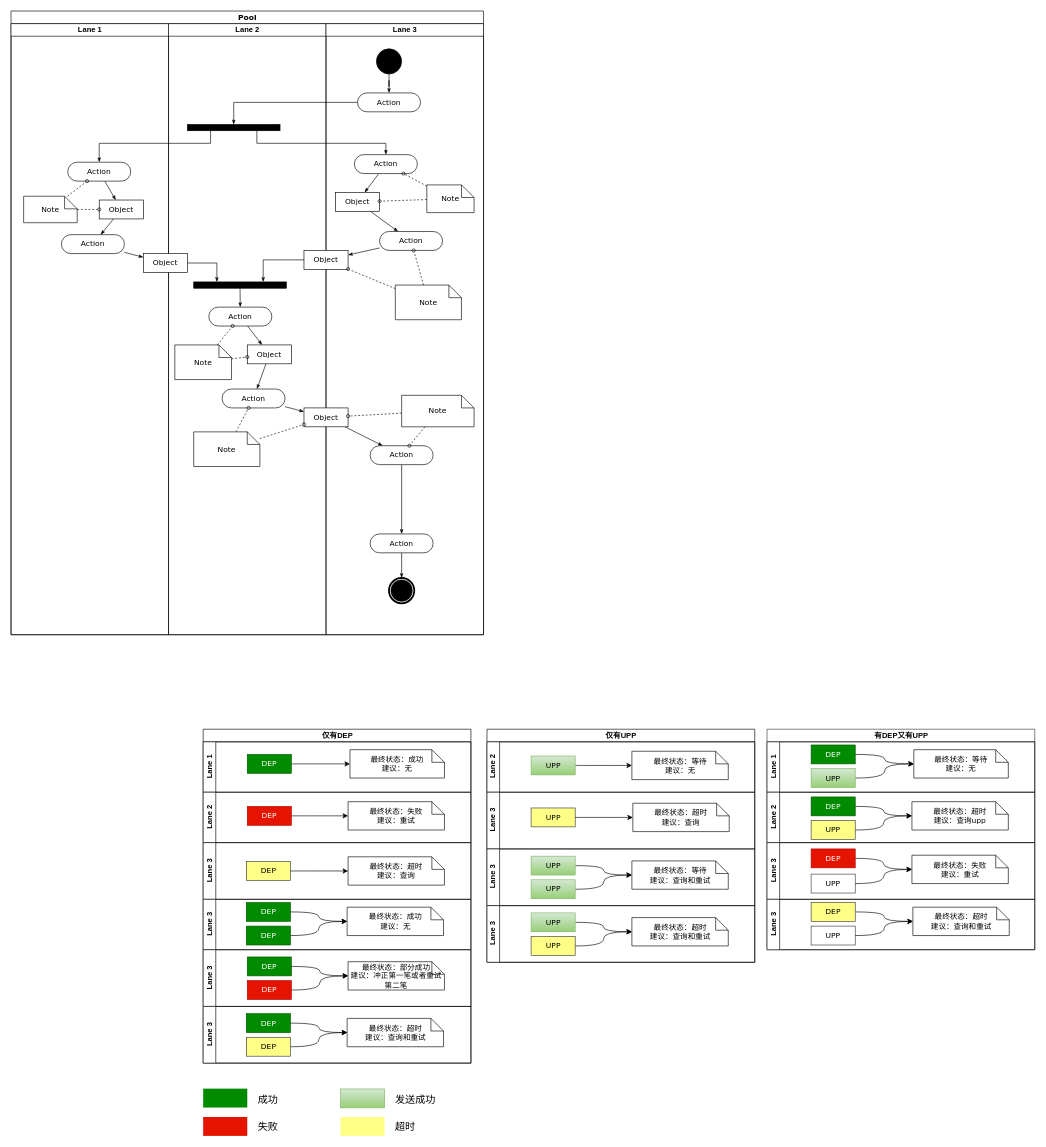
The draw.io diagram 清算引擎交互流程图.drawio in staconfree/design, before the edit. Source tidied: cells renumbered, new cells numbered last; positions are measured from the earlier drawing's top-left corner, leaving out a move shared by most shapes. Both pictures are drawn from the tidied source at 63%, with x=0, y=0 at pixel (11, 11).
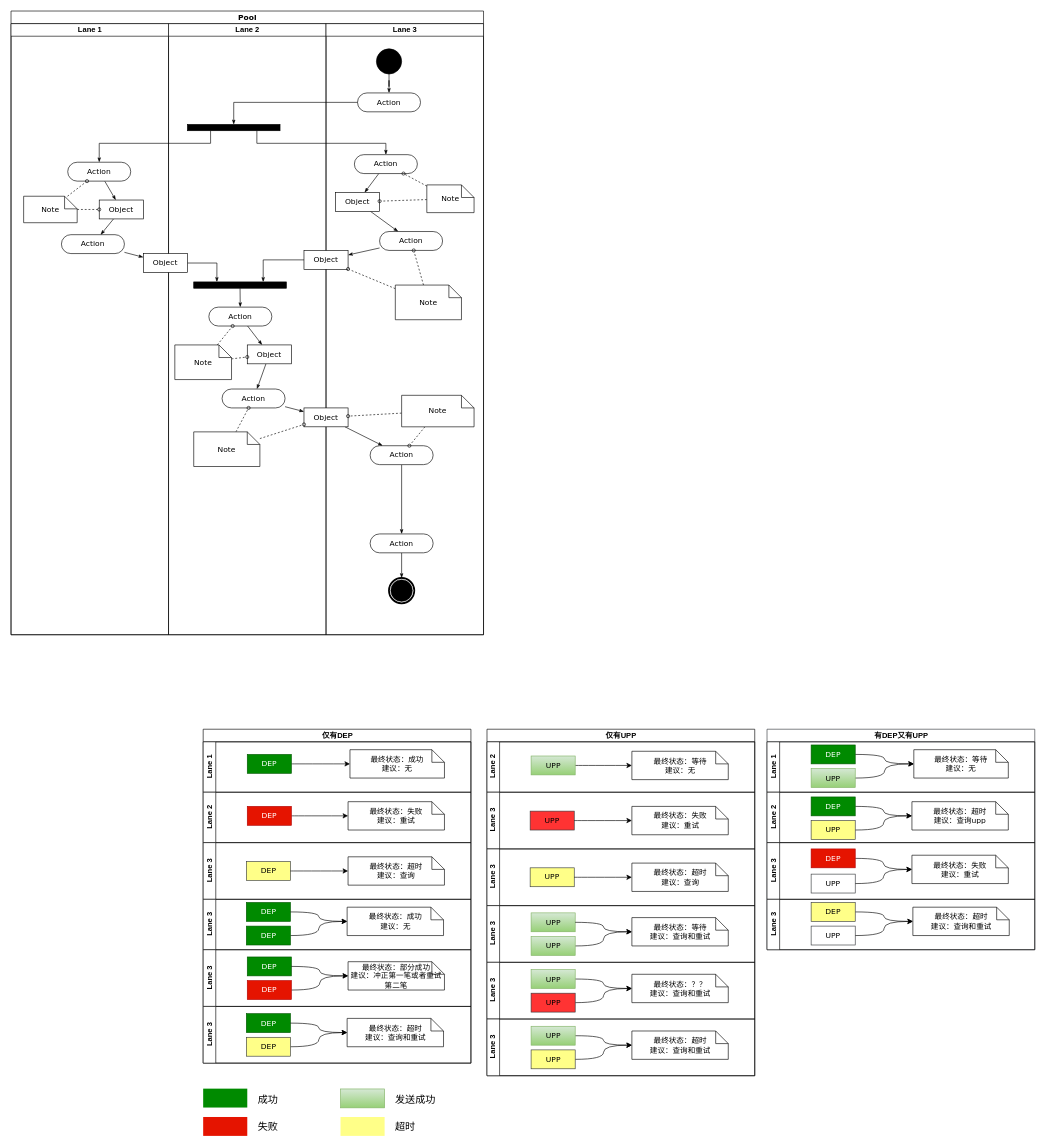
The same diagram, later.

Commit message:
更新清算引擎交互流程图.drawio

Unchanged cells that the change refers to:
```xml
<mxCell id="98" value="Lane 3" style="swimlane;html=1;startSize=20;horizontal=0;" parent="93" vertex="1">
  <mxGeometry y="100" width="425" height="90" as="geometry" />
</mxCell>
```

What changed in the source:
```diff
@@
     <mxCell id="93" value="仅有UPP" style="swimlane;html=1;horizontal=1;startSize=20;strokeColor=#000000;fillColor=none;fontColor=#000000;align=center;" parent="1" vertex="1">
-      <mxGeometry x="755.5" y="1140" width="425" height="370" as="geometry" />
+      <mxGeometry x="755.5" y="1140" width="425" height="550" as="geometry" />
     </mxCell>
@@
+    <mxCell id="147" value="UPP" style="rounded=0;whiteSpace=wrap;html=1;shadow=0;comic=0;labelBackgroundColor=none;strokeColor=#36393d;strokeWidth=1;fillColor=#FF3333;fontFamily=Verdana;fontSize=12;align=center;arcSize=50;" parent="98" vertex="1">
+      <mxGeometry x="68.5" y="30" width="70" height="30" as="geometry" />
+    </mxCell>
+    <mxCell id="148" value="最终状态：失败&lt;br&gt;建议：重试" style="shape=note;whiteSpace=wrap;html=1;rounded=0;shadow=0;comic=0;labelBackgroundColor=none;strokeColor=#000000;strokeWidth=1;fillColor=#ffffff;fontFamily=Verdana;fontSize=12;fontColor=#000000;align=center;size=20;" parent="98" vertex="1">
+      <mxGeometry x="230" y="22.5" width="153" height="45" as="geometry" />
+    </mxCell>
+    <mxCell id="149" style="edgeStyle=orthogonalEdgeStyle;curved=1;jettySize=auto;html=1;entryX=0;entryY=0.5;entryDx=0;entryDy=0;entryPerimeter=0;fontColor=#000000;" parent="98" edge="1" source="147" target="148">
+      <mxGeometry relative="1" as="geometry" />
+    </mxCell>
+    <mxCell id="102" value="Lane 3" style="swimlane;html=1;startSize=20;horizontal=0;" parent="93" vertex="1">
+      <mxGeometry y="190" width="425" height="90" as="geometry" />
+    </mxCell>
-    <mxCell id="99" value="UPP" style="rounded=0;whiteSpace=wrap;html=1;shadow=0;comic=0;labelBackgroundColor=none;strokeColor=#36393d;strokeWidth=1;fillColor=#ffff88;fontFamily=Verdana;fontSize=12;align=center;arcSize=50;" parent="98" vertex="1">
-      <mxGeometry x="70" y="25" width="70" height="30" as="geometry" />
+    <mxCell id="99" value="UPP" style="rounded=0;whiteSpace=wrap;html=1;shadow=0;comic=0;labelBackgroundColor=none;strokeColor=#36393d;strokeWidth=1;fillColor=#ffff88;fontFamily=Verdana;fontSize=12;align=center;arcSize=50;" parent="102" vertex="1">
+      <mxGeometry x="68.5" y="30" width="70" height="30" as="geometry" />
     </mxCell>
-    <mxCell id="100" value="最终状态：超时&lt;br&gt;建议：查询" style="shape=note;whiteSpace=wrap;html=1;rounded=0;shadow=0;comic=0;labelBackgroundColor=none;strokeColor=#000000;strokeWidth=1;fillColor=#ffffff;fontFamily=Verdana;fontSize=12;fontColor=#000000;align=center;size=20;" parent="98" vertex="1">
-      <mxGeometry x="231.5" y="17.5" width="153" height="45" as="geometry" />
+    <mxCell id="100" value="最终状态：超时&lt;br&gt;建议：查询" style="shape=note;whiteSpace=wrap;html=1;rounded=0;shadow=0;comic=0;labelBackgroundColor=none;strokeColor=#000000;strokeWidth=1;fillColor=#ffffff;fontFamily=Verdana;fontSize=12;fontColor=#000000;align=center;size=20;" parent="102" vertex="1">
+      <mxGeometry x="230" y="22.5" width="153" height="45" as="geometry" />
     </mxCell>
-    <mxCell id="101" style="edgeStyle=orthogonalEdgeStyle;curved=1;jettySize=auto;html=1;entryX=0;entryY=0.5;entryDx=0;entryDy=0;entryPerimeter=0;fontColor=#000000;" parent="98" edge="1" source="99" target="100">
+    <mxCell id="101" style="edgeStyle=orthogonalEdgeStyle;curved=1;jettySize=auto;html=1;entryX=0;entryY=0.5;entryDx=0;entryDy=0;entryPerimeter=0;fontColor=#000000;" parent="102" edge="1" source="99" target="100">
       <mxGeometry relative="1" as="geometry" />
     </mxCell>
-    <mxCell id="102" value="Lane 3" style="swimlane;html=1;startSize=20;horizontal=0;" parent="93" vertex="1">
-      <mxGeometry y="190" width="425" height="90" as="geometry" />
-    </mxCell>
-    <mxCell id="103" style="edgeStyle=orthogonalEdgeStyle;curved=1;jettySize=auto;html=1;entryX=0;entryY=0.5;entryDx=0;entryDy=0;entryPerimeter=0;fontColor=#000000;" parent="102" edge="1" source="104" target="105">
-      <mxGeometry relative="1" as="geometry" />
-    </mxCell>
+    <mxCell id="108" value="Lane 3" style="swimlane;html=1;startSize=20;horizontal=0;" parent="93" vertex="1">
+      <mxGeometry y="280" width="425" height="90" as="geometry" />
+    </mxCell>
-    <mxCell id="104" value="UPP" style="rounded=0;whiteSpace=wrap;html=1;shadow=0;comic=0;labelBackgroundColor=none;strokeColor=#82b366;strokeWidth=1;fillColor=#d5e8d4;fontFamily=Verdana;fontSize=12;align=center;arcSize=50;gradientColor=#97d077;" parent="102" vertex="1">
+    <mxCell id="104" value="UPP" style="rounded=0;whiteSpace=wrap;html=1;shadow=0;comic=0;labelBackgroundColor=none;strokeColor=#82b366;strokeWidth=1;fillColor=#d5e8d4;fontFamily=Verdana;fontSize=12;align=center;arcSize=50;gradientColor=#97d077;" parent="108" vertex="1">
       <mxGeometry x="70" y="11.5" width="70" height="30" as="geometry" />
     </mxCell>
-    <mxCell id="105" value="最终状态：等待&lt;br&gt;建议：查询和重试" style="shape=note;whiteSpace=wrap;html=1;rounded=0;shadow=0;comic=0;labelBackgroundColor=none;strokeColor=#000000;strokeWidth=1;fillColor=#ffffff;fontFamily=Verdana;fontSize=12;fontColor=#000000;align=center;size=20;" parent="102" vertex="1">
+    <mxCell id="105" value="最终状态：等待&lt;br&gt;建议：查询和重试" style="shape=note;whiteSpace=wrap;html=1;rounded=0;shadow=0;comic=0;labelBackgroundColor=none;strokeColor=#000000;strokeWidth=1;fillColor=#ffffff;fontFamily=Verdana;fontSize=12;fontColor=#000000;align=center;size=20;" parent="108" vertex="1">
       <mxGeometry x="230" y="19" width="153" height="45" as="geometry" />
     </mxCell>
+    <mxCell id="103" style="edgeStyle=orthogonalEdgeStyle;curved=1;jettySize=auto;html=1;entryX=0;entryY=0.5;entryDx=0;entryDy=0;entryPerimeter=0;fontColor=#000000;" parent="108" edge="1" source="104" target="105">
+      <mxGeometry relative="1" as="geometry" />
+    </mxCell>
-    <mxCell id="106" style="edgeStyle=orthogonalEdgeStyle;curved=1;jettySize=auto;html=1;fontColor=#000000;" parent="102" edge="1" source="107" target="105">
+    <mxCell id="106" style="edgeStyle=orthogonalEdgeStyle;curved=1;jettySize=auto;html=1;fontColor=#000000;" parent="108" edge="1" source="107" target="105">
       <mxGeometry relative="1" as="geometry" />
     </mxCell>
-    <mxCell id="107" value="UPP" style="rounded=0;whiteSpace=wrap;html=1;shadow=0;comic=0;labelBackgroundColor=none;strokeColor=#82b366;strokeWidth=1;fillColor=#d5e8d4;fontFamily=Verdana;fontSize=12;align=center;arcSize=50;gradientColor=#97d077;" parent="102" vertex="1">
+    <mxCell id="107" value="UPP" style="rounded=0;whiteSpace=wrap;html=1;shadow=0;comic=0;labelBackgroundColor=none;strokeColor=#82b366;strokeWidth=1;fillColor=#d5e8d4;fontFamily=Verdana;fontSize=12;align=center;arcSize=50;gradientColor=#97d077;" parent="108" vertex="1">
       <mxGeometry x="70" y="49" width="70" height="30" as="geometry" />
     </mxCell>
-    <mxCell id="108" value="Lane 3" style="swimlane;html=1;startSize=20;horizontal=0;" parent="93" vertex="1">
-      <mxGeometry y="280" width="425" height="90" as="geometry" />
-    </mxCell>
-    <mxCell id="109" style="edgeStyle=orthogonalEdgeStyle;curved=1;jettySize=auto;html=1;entryX=0;entryY=0.5;entryDx=0;entryDy=0;entryPerimeter=0;fontColor=#000000;" parent="108" edge="1" source="110" target="111">
-      <mxGeometry relative="1" as="geometry" />
-    </mxCell>
-    <mxCell id="110" value="UPP" style="rounded=0;whiteSpace=wrap;html=1;shadow=0;comic=0;labelBackgroundColor=none;strokeColor=#82b366;strokeWidth=1;fillColor=#d5e8d4;fontFamily=Verdana;fontSize=12;align=center;arcSize=50;gradientColor=#97d077;" parent="108" vertex="1">
-      <mxGeometry x="70" y="11.5" width="70" height="30" as="geometry" />
-    </mxCell>
+    <mxCell id="150" value="Lane 3" style="swimlane;html=1;startSize=20;horizontal=0;" parent="93" vertex="1">
+      <mxGeometry y="370" width="425" height="90" as="geometry" />
+    </mxCell>
+    <mxCell id="151" style="edgeStyle=orthogonalEdgeStyle;curved=1;jettySize=auto;html=1;entryX=0;entryY=0.5;entryDx=0;entryDy=0;entryPerimeter=0;fontColor=#000000;" parent="150" edge="1" source="152" target="153">
+      <mxGeometry relative="1" as="geometry" />
+    </mxCell>
+    <mxCell id="152" value="UPP" style="rounded=0;whiteSpace=wrap;html=1;shadow=0;comic=0;labelBackgroundColor=none;strokeColor=#82b366;strokeWidth=1;fillColor=#d5e8d4;fontFamily=Verdana;fontSize=12;align=center;arcSize=50;gradientColor=#97d077;" parent="150" vertex="1">
+      <mxGeometry x="70" y="11.5" width="70" height="30" as="geometry" />
+    </mxCell>
+    <mxCell id="153" value="最终状态：？？&lt;br&gt;建议：查询和重试" style="shape=note;whiteSpace=wrap;html=1;rounded=0;shadow=0;comic=0;labelBackgroundColor=none;strokeColor=#000000;strokeWidth=1;fillColor=#ffffff;fontFamily=Verdana;fontSize=12;fontColor=#000000;align=center;size=20;" parent="150" vertex="1">
+      <mxGeometry x="230" y="19" width="153" height="45" as="geometry" />
+    </mxCell>
+    <mxCell id="154" style="edgeStyle=orthogonalEdgeStyle;curved=1;jettySize=auto;html=1;fontColor=#000000;" parent="150" edge="1" source="155" target="153">
+      <mxGeometry relative="1" as="geometry" />
+    </mxCell>
+    <mxCell id="155" value="UPP" style="rounded=0;whiteSpace=wrap;html=1;shadow=0;comic=0;labelBackgroundColor=none;strokeColor=#36393d;strokeWidth=1;fillColor=#FF3333;fontFamily=Verdana;fontSize=12;align=center;arcSize=50;" parent="150" vertex="1">
+      <mxGeometry x="70" y="49" width="70" height="30" as="geometry" />
+    </mxCell>
+    <mxCell id="156" value="Lane 3" style="swimlane;html=1;startSize=20;horizontal=0;" parent="93" vertex="1">
+      <mxGeometry y="460" width="425" height="90" as="geometry" />
+    </mxCell>
+    <mxCell id="157" style="edgeStyle=orthogonalEdgeStyle;curved=1;jettySize=auto;html=1;entryX=0;entryY=0.5;entryDx=0;entryDy=0;entryPerimeter=0;fontColor=#000000;" parent="156" edge="1" source="158" target="111">
+      <mxGeometry relative="1" as="geometry" />
+    </mxCell>
+    <mxCell id="158" value="UPP" style="rounded=0;whiteSpace=wrap;html=1;shadow=0;comic=0;labelBackgroundColor=none;strokeColor=#82b366;strokeWidth=1;fillColor=#d5e8d4;fontFamily=Verdana;fontSize=12;align=center;arcSize=50;gradientColor=#97d077;" parent="156" vertex="1">
+      <mxGeometry x="70" y="11.5" width="70" height="30" as="geometry" />
+    </mxCell>
-    <mxCell id="111" value="最终状态：超时&lt;br&gt;建议：查询和重试" style="shape=note;whiteSpace=wrap;html=1;rounded=0;shadow=0;comic=0;labelBackgroundColor=none;strokeColor=#000000;strokeWidth=1;fillColor=#ffffff;fontFamily=Verdana;fontSize=12;fontColor=#000000;align=center;size=20;" parent="108" vertex="1">
+    <mxCell id="111" value="最终状态：超时&lt;br&gt;建议：查询和重试" style="shape=note;whiteSpace=wrap;html=1;rounded=0;shadow=0;comic=0;labelBackgroundColor=none;strokeColor=#000000;strokeWidth=1;fillColor=#ffffff;fontFamily=Verdana;fontSize=12;fontColor=#000000;align=center;size=20;" parent="156" vertex="1">
       <mxGeometry x="230" y="19" width="153" height="45" as="geometry" />
     </mxCell>
-    <mxCell id="112" style="edgeStyle=orthogonalEdgeStyle;curved=1;jettySize=auto;html=1;fontColor=#000000;" parent="108" edge="1" source="113" target="111">
+    <mxCell id="112" style="edgeStyle=orthogonalEdgeStyle;curved=1;jettySize=auto;html=1;fontColor=#000000;" parent="156" edge="1" source="113" target="111">
       <mxGeometry relative="1" as="geometry" />
     </mxCell>
-    <mxCell id="113" value="UPP" style="rounded=0;whiteSpace=wrap;html=1;shadow=0;comic=0;labelBackgroundColor=none;strokeColor=#36393d;strokeWidth=1;fillColor=#ffff88;fontFamily=Verdana;fontSize=12;align=center;arcSize=50;" parent="108" vertex="1">
+    <mxCell id="113" value="UPP" style="rounded=0;whiteSpace=wrap;html=1;shadow=0;comic=0;labelBackgroundColor=none;strokeColor=#36393d;strokeWidth=1;fillColor=#ffff88;fontFamily=Verdana;fontSize=12;align=center;arcSize=50;" parent="156" vertex="1">
       <mxGeometry x="70" y="49" width="70" height="30" as="geometry" />
     </mxCell>
```
